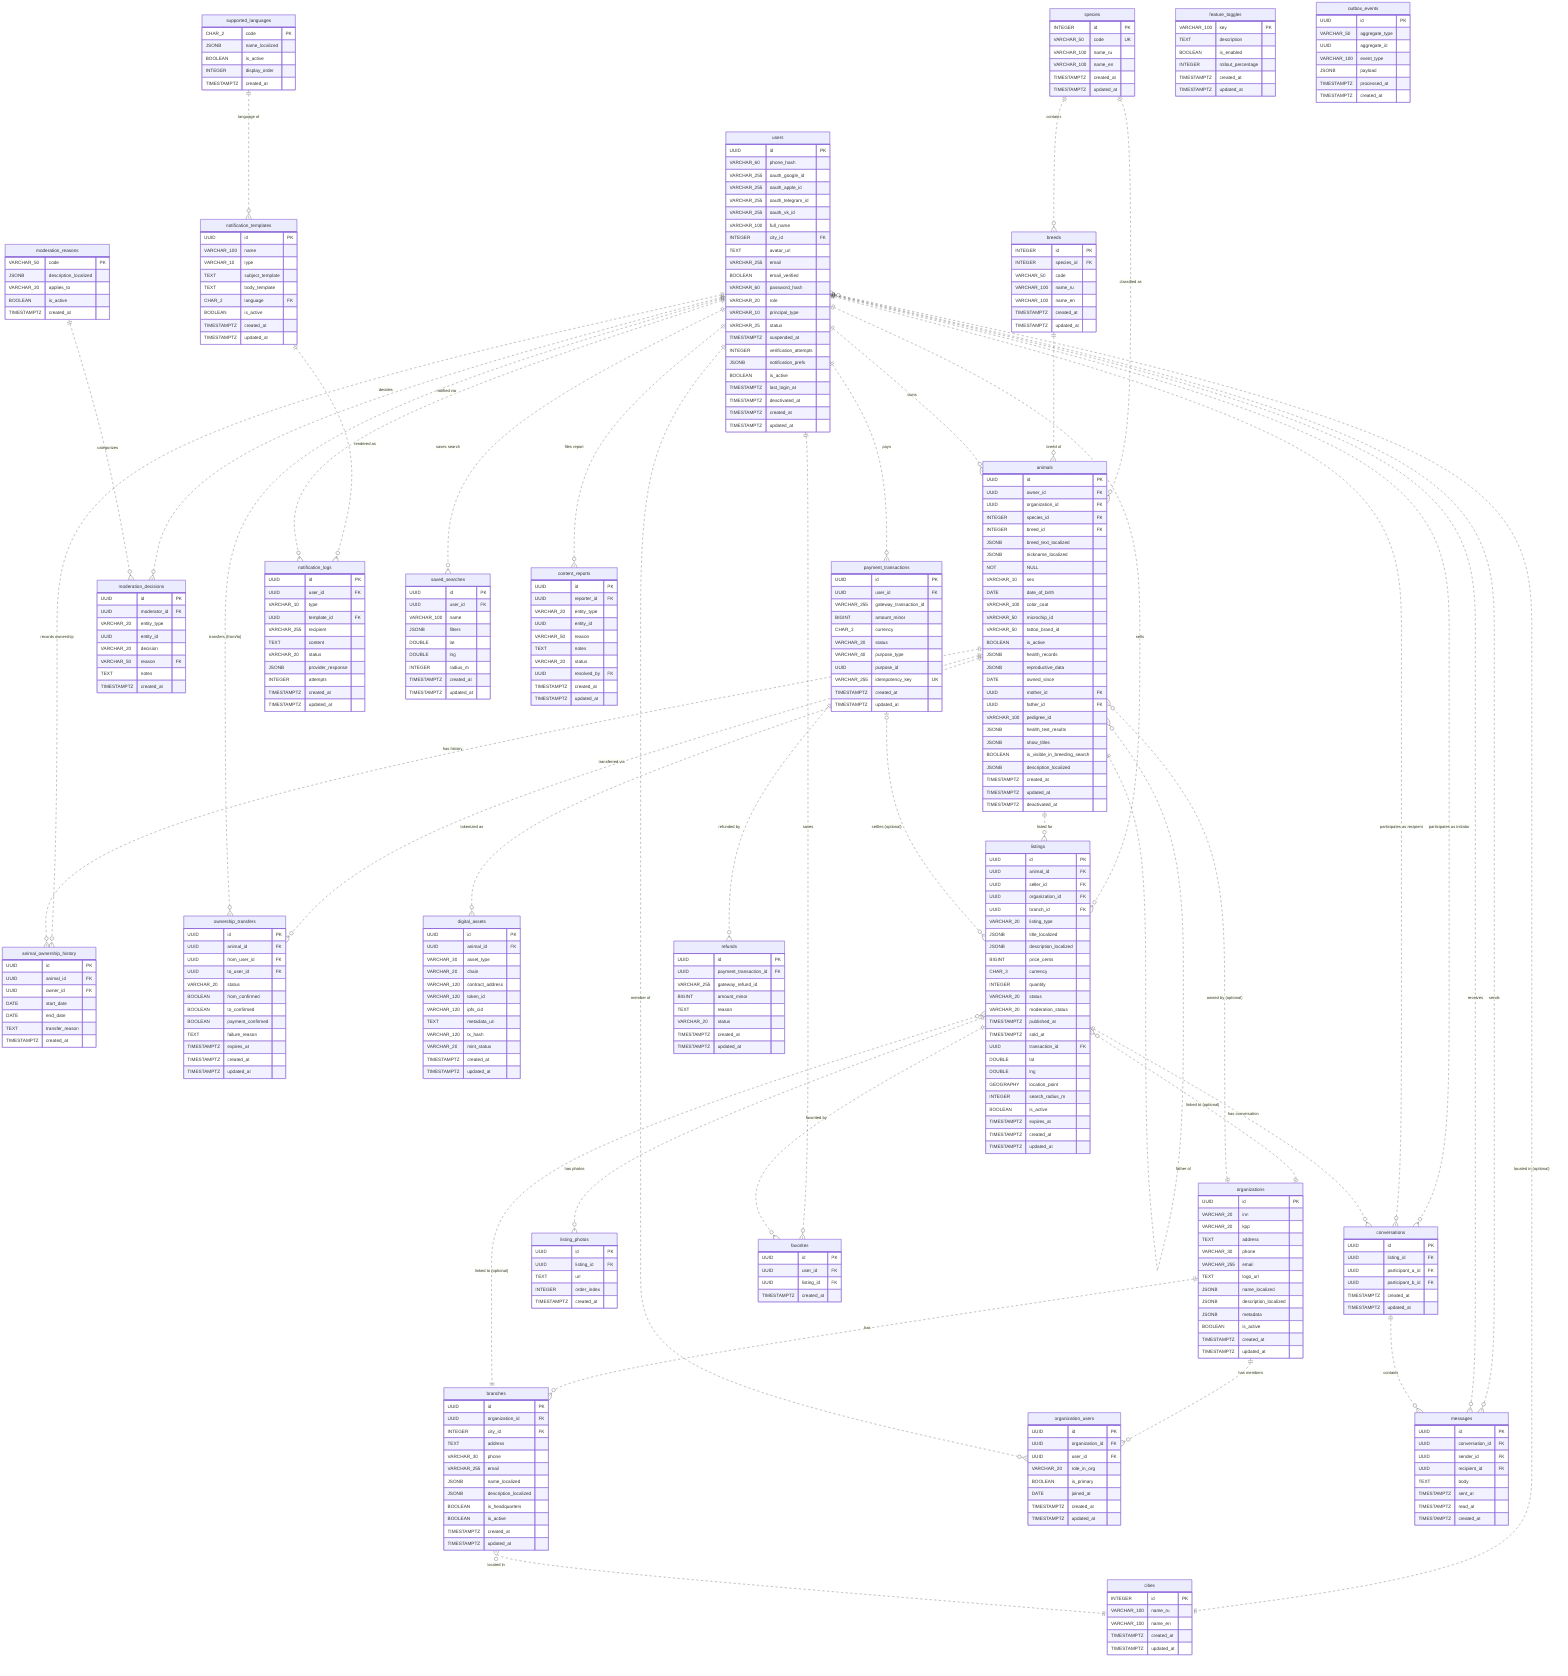
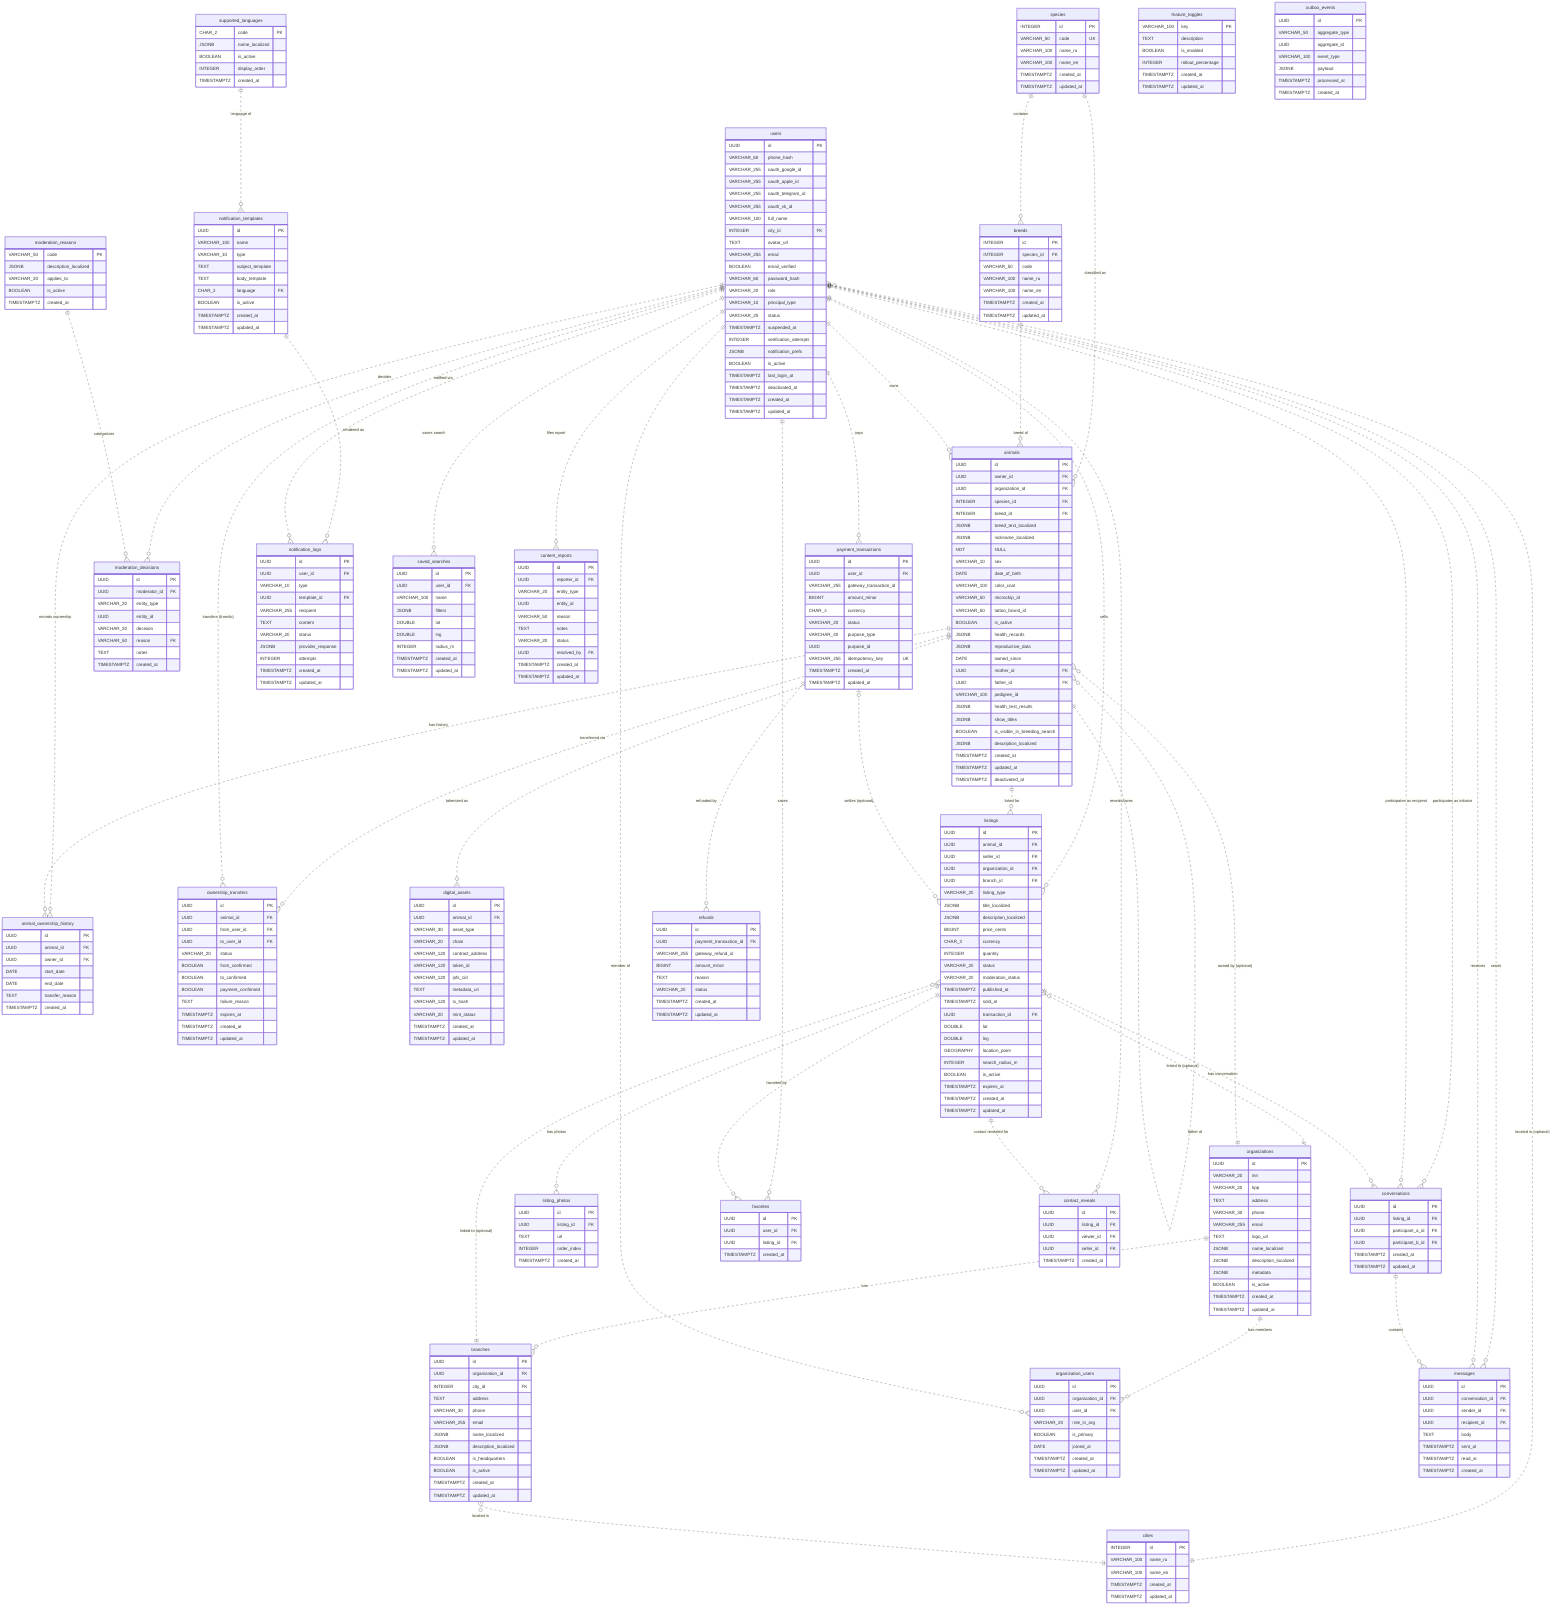
erDiagram
    %% Reference Data Tables
    species {
        INTEGER id PK
        VARCHAR_50 code UK
        VARCHAR_100 name_ru
        VARCHAR_100 name_en
        TIMESTAMPTZ created_at
        TIMESTAMPTZ updated_at
    }
    breeds {
        INTEGER id PK
        INTEGER species_id FK
        VARCHAR_50 code
        VARCHAR_100 name_ru
        VARCHAR_100 name_en
        TIMESTAMPTZ created_at
        TIMESTAMPTZ updated_at
        %% UK (species_id, code)
    }
    cities {
        INTEGER id PK
        VARCHAR_100 name_ru
        VARCHAR_100 name_en
        TIMESTAMPTZ created_at
        TIMESTAMPTZ updated_at
    }
    supported_languages {
        CHAR_2 code PK
        JSONB name_localized
        BOOLEAN is_active
        INTEGER display_order
        TIMESTAMPTZ created_at
    }

    %% Identity Domain
    users {
        UUID id PK
        VARCHAR_60 phone_hash
        VARCHAR_255 oauth_google_id
        VARCHAR_255 oauth_apple_id
        VARCHAR_255 oauth_telegram_id
        VARCHAR_255 oauth_vk_id
        VARCHAR_100 full_name
        INTEGER city_id FK
        TEXT avatar_url
        VARCHAR_255 email
        BOOLEAN email_verified
        VARCHAR_60 password_hash
        VARCHAR_20 role
        VARCHAR_10 principal_type
        VARCHAR_25 status
        TIMESTAMPTZ suspended_at
        INTEGER verification_attempts
        JSONB notification_prefs
        BOOLEAN is_active
        TIMESTAMPTZ last_login_at
        TIMESTAMPTZ deactivated_at
        TIMESTAMPTZ created_at
        TIMESTAMPTZ updated_at
    }

    %% Animal Domain
    animals {
        UUID id PK
        UUID owner_id FK
        UUID organization_id FK
        INTEGER species_id FK
        INTEGER breed_id FK
        JSONB breed_text_localized
        JSONB nickname_localized NOT NULL
        VARCHAR_10 sex
        DATE date_of_birth
        VARCHAR_100 color_coat
        VARCHAR_50 microchip_id
        VARCHAR_50 tattoo_brand_id
        BOOLEAN is_active
        JSONB health_records
        JSONB reproductive_data
        DATE owned_since
        UUID mother_id FK
        UUID father_id FK
        VARCHAR_100 pedigree_id
        JSONB health_test_results
        JSONB show_titles
        BOOLEAN is_visible_in_breeding_search
        JSONB description_localized
        TIMESTAMPTZ created_at
        TIMESTAMPTZ updated_at
        TIMESTAMPTZ deactivated_at
    }
    animal_ownership_history {
        UUID id PK
        UUID animal_id FK
        UUID owner_id FK
        DATE start_date
        DATE end_date
        TEXT transfer_reason
        TIMESTAMPTZ created_at
    }
    ownership_transfers {
        UUID id PK
        UUID animal_id FK
        UUID from_user_id FK
        UUID to_user_id FK
        VARCHAR_20 status
        BOOLEAN from_confirmed
        BOOLEAN to_confirmed
        BOOLEAN payment_confirmed
        TEXT failure_reason
        TIMESTAMPTZ expires_at
        TIMESTAMPTZ created_at
        TIMESTAMPTZ updated_at
    }
    digital_assets {
        UUID id PK
        UUID animal_id FK
        VARCHAR_30 asset_type
        VARCHAR_20 chain
        VARCHAR_120 contract_address
        VARCHAR_120 token_id
        VARCHAR_120 ipfs_cid
        TEXT metadata_uri
        VARCHAR_120 tx_hash
        VARCHAR_20 mint_status
        TIMESTAMPTZ created_at
        TIMESTAMPTZ updated_at
        %% ADR-0010: NFT readiness hook; gated by feature_toggles
    }

    %% Organization Domain
    organizations {
        UUID id PK
        VARCHAR_20 inn
        VARCHAR_20 kpp
        TEXT address
        VARCHAR_30 phone
        VARCHAR_255 email
        TEXT logo_url
        JSONB name_localized
        JSONB description_localized
        JSONB metadata
        BOOLEAN is_active
        TIMESTAMPTZ created_at
        TIMESTAMPTZ updated_at
    }
    branches {
        UUID id PK
        UUID organization_id FK
        INTEGER city_id FK
        TEXT address
        VARCHAR_30 phone
        VARCHAR_255 email
        JSONB name_localized
        JSONB description_localized
        BOOLEAN is_headquarters
        BOOLEAN is_active
        TIMESTAMPTZ created_at
        TIMESTAMPTZ updated_at
    }
    organization_users {
        UUID id PK
        UUID organization_id FK
        UUID user_id FK
        VARCHAR_20 role_in_org
        BOOLEAN is_primary
        DATE joined_at
        TIMESTAMPTZ created_at
        TIMESTAMPTZ updated_at
        %% UK (organization_id, user_id)
    }

    %% Marketplace/Listings Domain
    listings {
        UUID id PK
        UUID animal_id FK
        UUID seller_id FK
        UUID organization_id FK
        UUID branch_id FK
        VARCHAR_20 listing_type
        JSONB title_localized
        JSONB description_localized
        BIGINT price_cents
        CHAR_3 currency
        INTEGER quantity
        VARCHAR_20 status
        VARCHAR_20 moderation_status
        TIMESTAMPTZ published_at
        TIMESTAMPTZ sold_at
        UUID transaction_id FK
        DOUBLE lat
        DOUBLE lng
        GEOGRAPHY location_point
        INTEGER search_radius_m
        BOOLEAN is_active
        TIMESTAMPTZ expires_at
        TIMESTAMPTZ created_at
        TIMESTAMPTZ updated_at
        %% UK (animal_id, listing_type) WHERE status='ACTIVE'
    }
    listing_photos {
        UUID id PK
        UUID listing_id FK
        TEXT url
        INTEGER order_index
        TIMESTAMPTZ created_at
    }
    conversations {
        UUID id PK
        UUID listing_id FK
        UUID participant_a_id FK
        UUID participant_b_id FK
        TIMESTAMPTZ created_at
        TIMESTAMPTZ updated_at
    }
    messages {
        UUID id PK
        UUID conversation_id FK
        UUID sender_id FK
        UUID recipient_id FK
        TEXT body
        TIMESTAMPTZ sent_at
        TIMESTAMPTZ read_at
        TIMESTAMPTZ created_at
    }

    %% Moderation Domain
    moderation_reasons {
        VARCHAR_50 code PK
        JSONB description_localized
        VARCHAR_20 applies_to
        BOOLEAN is_active
        TIMESTAMPTZ created_at
    }
    moderation_decisions {
        UUID id PK
        UUID moderator_id FK
        VARCHAR_20 entity_type
        UUID entity_id
        VARCHAR_20 decision
        VARCHAR_50 reason FK
        TEXT notes
        TIMESTAMPTZ created_at
        %% append-only (immutable)
    }

    %% Payment Domain
    payment_transactions {
        UUID id PK
        UUID user_id FK
        VARCHAR_255 gateway_transaction_id
        BIGINT amount_minor
        CHAR_3 currency
        VARCHAR_20 status
        VARCHAR_40 purpose_type
        UUID purpose_id
        VARCHAR_255 idempotency_key UK
        TIMESTAMPTZ created_at
        TIMESTAMPTZ updated_at
    }
    refunds {
        UUID id PK
        UUID payment_transaction_id FK
        VARCHAR_255 gateway_refund_id
        BIGINT amount_minor
        TEXT reason
        VARCHAR_20 status
        TIMESTAMPTZ created_at
        TIMESTAMPTZ updated_at
    }

    %% Notification Domain
    notification_templates {
        UUID id PK
        VARCHAR_100 name
        VARCHAR_10 type
        TEXT subject_template
        TEXT body_template
        CHAR_2 language FK
        BOOLEAN is_active
        TIMESTAMPTZ created_at
        TIMESTAMPTZ updated_at
        %% UK (name, type, language)
    }
    notification_logs {
        UUID id PK
        UUID user_id FK
        VARCHAR_10 type
        UUID template_id FK
        VARCHAR_255 recipient
        TEXT content
        VARCHAR_20 status
        JSONB provider_response
        INTEGER attempts
        TIMESTAMPTZ created_at
        TIMESTAMPTZ updated_at
    }

    %% Favorites & Saved Searches (MVP)
    favorites {
        UUID id PK
        UUID user_id FK
        UUID listing_id FK
        TIMESTAMPTZ created_at
        %% UK (user_id, listing_id)
    }
    saved_searches {
        UUID id PK
        UUID user_id FK
        VARCHAR_100 name
        JSONB filters
        DOUBLE lat
        DOUBLE lng
        INTEGER radius_m
        TIMESTAMPTZ created_at
        TIMESTAMPTZ updated_at
    }
    content_reports {
        UUID id PK
        UUID reporter_id FK
        VARCHAR_20 entity_type
        UUID entity_id
        VARCHAR_50 reason
        TEXT notes
        VARCHAR_20 status
        UUID resolved_by FK
        TIMESTAMPTZ created_at
        TIMESTAMPTZ updated_at
+     }
+     contact_reveals {
+         UUID id PK
+         UUID listing_id FK
+         UUID viewer_id FK
+         UUID seller_id FK
+         TIMESTAMPTZ created_at
+         %% ADR-0005: MVP "contact the seller" (no chat); audit + rate-limit source
    }

    %% Extensibility / System Tables
    feature_toggles {
        VARCHAR_100 key PK
        TEXT description
        BOOLEAN is_enabled
        INTEGER rollout_percentage
        TIMESTAMPTZ created_at
        TIMESTAMPTZ updated_at
    }
    outbox_events {
        UUID id PK
        VARCHAR_50 aggregate_type
        UUID aggregate_id
        VARCHAR_100 event_type
        JSONB payload
        TIMESTAMPTZ processed_at
        TIMESTAMPTZ created_at
    }

    %% Relationships
    species ||..o{ breeds : "contains"
    species ||..o{ animals : "classified as"
    breeds ||..o{ animals : "breed of"
    users }o..|| cities : "located in (optional)"
    users ||..o{ animals : "owns"
    users ||..o{ animal_ownership_history : "records ownership"
    users ||..o{ listings : "sells"
    users ||..o{ conversations : "participates as initiator"
    users ||..o{ conversations : "participates as recipient"
    users ||..o{ messages : "sends"
    users ||..o{ messages : "receives"
    animals ||..o{ animal_ownership_history : "has history"
    animals ||..o{ listings : "listed for"
    animals ||..o{ ownership_transfers : "transferred via"
    users ||..o{ ownership_transfers : "transfers (from/to)"
    animals ||..o{ digital_assets : "tokenized as"
    animals }o..|| animals : "mother of"
    animals }o..|| animals : "father of"
    listings ||..o{ listing_photos : "has photos"
    listings ||..o{ conversations : "has conversation"
    conversations ||..o{ messages : "contains"
    users ||..o{ favorites : "saves"
    listings ||..o{ favorites : "favorited by"
    users ||..o{ saved_searches : "saves search"
    users ||..o{ content_reports : "files report"
+     users ||..o{ contact_reveals : "reveals/owns"
+     listings ||..o{ contact_reveals : "contact revealed for"

    %% Organization Domain Relationships (junction = M:N resolved)
    organizations ||..o{ organization_users : "has members"
    users ||..o{ organization_users : "member of"
    organizations ||..o{ branches : "has"
    branches }o..|| cities : "located in"
    listings }o..|| organizations : "linked to (optional)"
    listings }o..|| branches : "linked to (optional)"
    animals }o..|| organizations : "owned by (optional)"

    %% Moderation / Payment / Notification Relationships
    users ||..o{ moderation_decisions : "decides"
    moderation_reasons ||..o{ moderation_decisions : "categorizes"
    users ||..o{ payment_transactions : "pays"
    payment_transactions ||..o{ refunds : "refunded by"
    payment_transactions |o..o{ listings : "settles (optional)"
    supported_languages ||..o{ notification_templates : "language of"
    notification_templates ||..o{ notification_logs : "rendered as"
    users ||..o{ notification_logs : "notified via"
